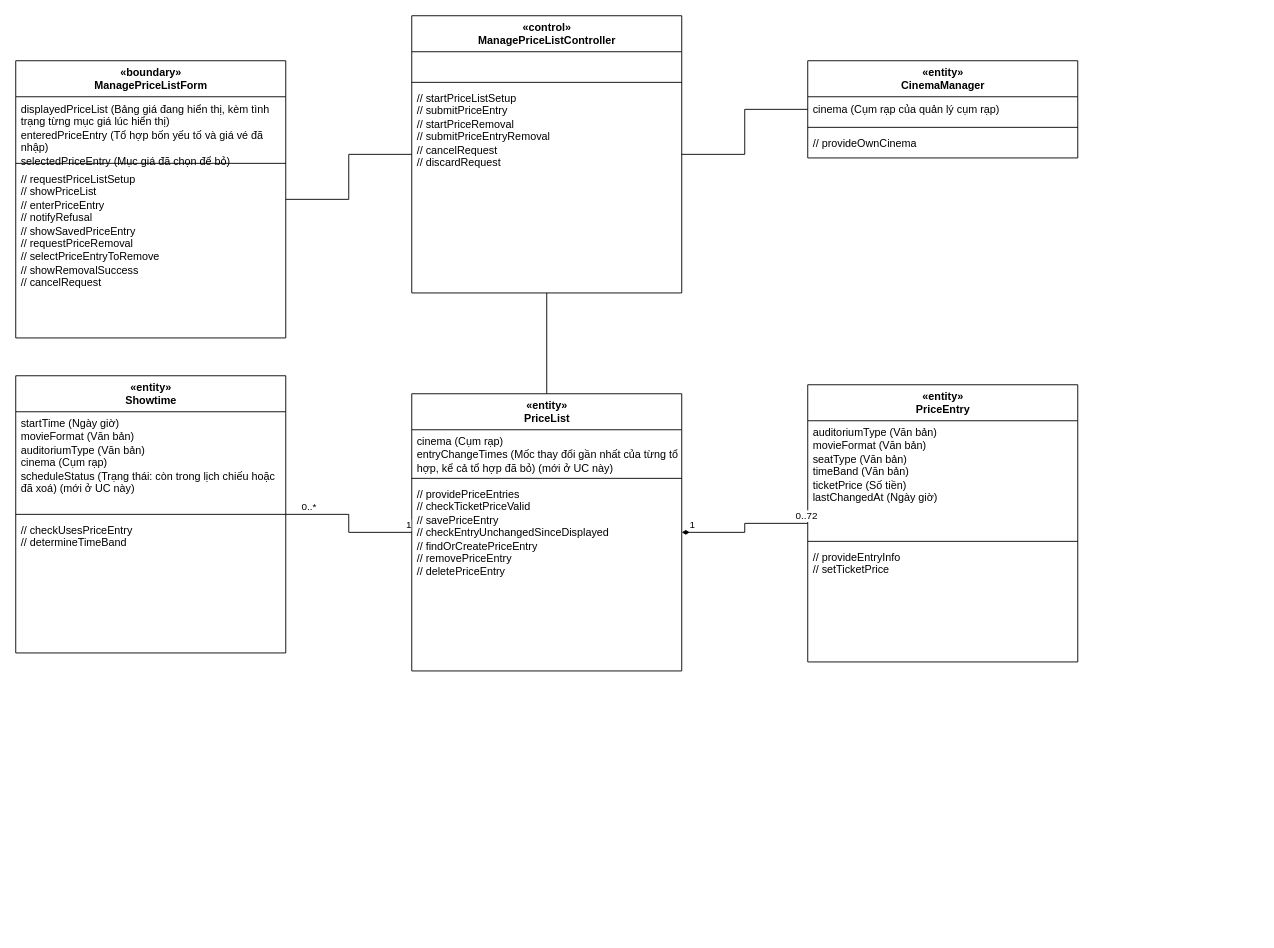
Before: design/diagrams/P07-class-UC-013.drawio in luytbq/app-dat-ve-xem-phim, a draw.io diagram. Source tidied: cells renumbered, new cells numbered last; positions are measured from the earlier drawing's top-left corner, leaving out a move shared by most shapes. Both pictures are drawn from the tidied source at 90%, with x=0, y=0 at pixel (15, 15).
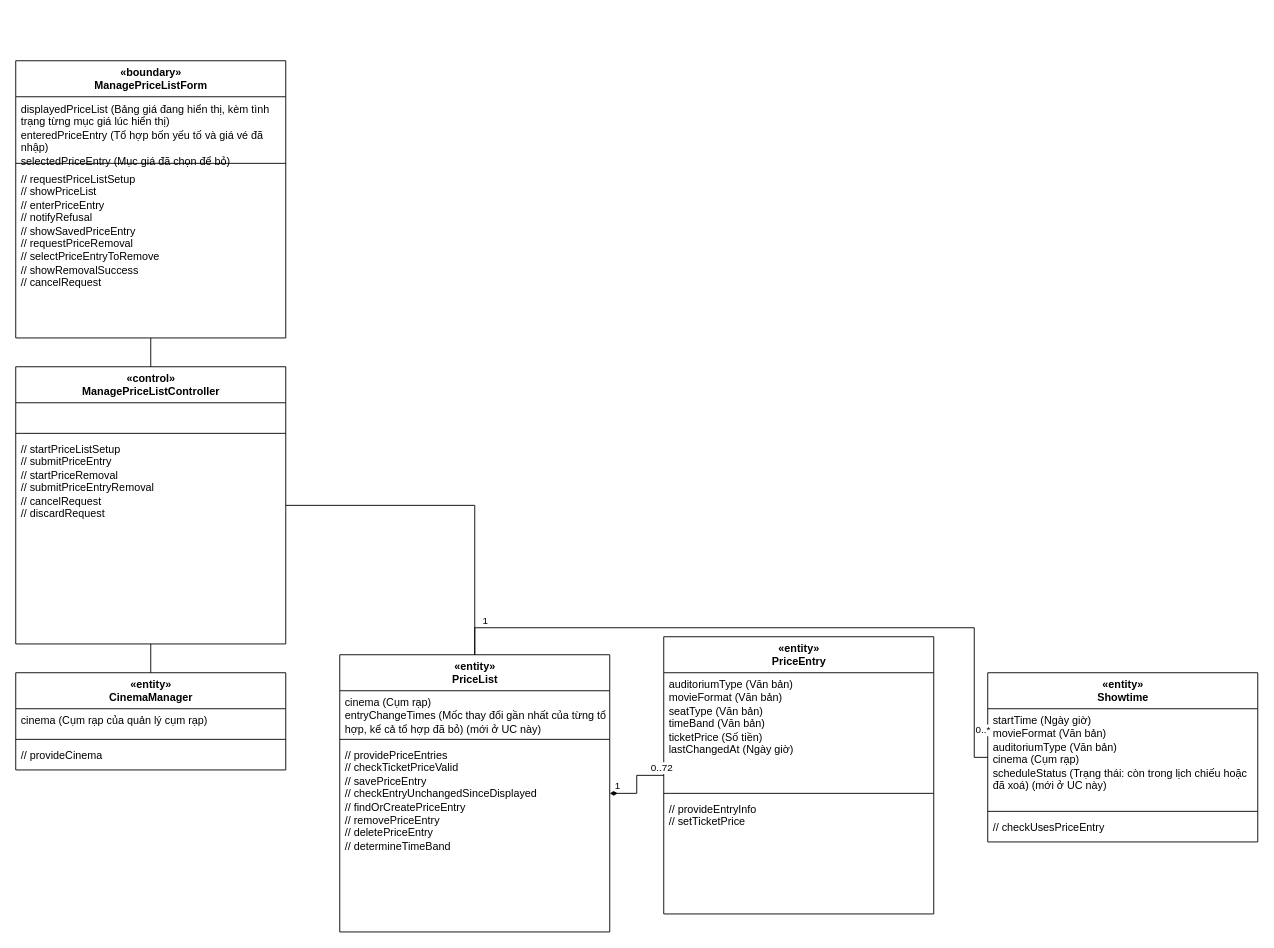
The same page after the edit.

The change refers to these unchanged cells:
```xml
<mxCell id="29" style="edgeStyle=orthogonalEdgeStyle;rounded=0;html=1;endArrow=none;startArrow=diamondThin;startFill=1;" parent="1" edge="1" source="14" target="18">
  <mxGeometry relative="1" as="geometry" />
</mxCell>
```

Diff of the diagram source:
```diff
@@
     <mxCell id="6" value="«control»&lt;br&gt;ManagePriceListController" style="swimlane;fontStyle=1;align=center;horizontal=1;startSize=40;html=1;" parent="1" vertex="1">
-      <mxGeometry x="440" width="300" height="308" as="geometry" />
+      <mxGeometry y="390" width="300" height="308" as="geometry" />
     </mxCell>
@@
     <mxCell id="10" value="«entity»&lt;br&gt;CinemaManager" style="swimlane;fontStyle=1;align=center;horizontal=1;startSize=40;html=1;" parent="1" vertex="1">
-      <mxGeometry x="880" y="50" width="300" height="108" as="geometry" />
+      <mxGeometry y="730" width="300" height="108" as="geometry" />
     </mxCell>
@@
-    <mxCell id="13" value="// provideOwnCinema" style="text;strokeColor=none;fillColor=none;align=left;verticalAlign=top;spacingLeft=4;html=1;whiteSpace=wrap;" parent="10" vertex="1">
+    <mxCell id="13" value="// provideCinema" style="text;strokeColor=none;fillColor=none;align=left;verticalAlign=top;spacingLeft=4;html=1;whiteSpace=wrap;" parent="10" vertex="1">
       <mxGeometry y="78" width="300" height="30" as="geometry" />
     </mxCell>
     <mxCell id="14" value="«entity»&lt;br&gt;PriceList" style="swimlane;fontStyle=1;align=center;horizontal=1;startSize=40;html=1;" parent="1" vertex="1">
-      <mxGeometry x="440" y="420" width="300" height="308" as="geometry" />
+      <mxGeometry x="360" y="710" width="300" height="308" as="geometry" />
     </mxCell>
@@
-    <mxCell id="17" value="// providePriceEntries&lt;br&gt;// checkTicketPriceValid&lt;br&gt;// savePriceEntry&lt;br&gt;// checkEntryUnchangedSinceDisplayed&lt;br&gt;// findOrCreatePriceEntry&lt;br&gt;// removePriceEntry&lt;br&gt;// deletePriceEntry" style="text;strokeColor=none;fillColor=none;align=left;verticalAlign=top;spacingLeft=4;html=1;whiteSpace=wrap;" parent="14" vertex="1">
-      <mxGeometry y="98" width="300" height="150" as="geometry" />
+    <mxCell id="17" value="// providePriceEntries&lt;br&gt;// checkTicketPriceValid&lt;br&gt;// savePriceEntry&lt;br&gt;// checkEntryUnchangedSinceDisplayed&lt;br&gt;// findOrCreatePriceEntry&lt;br&gt;// removePriceEntry&lt;br&gt;// deletePriceEntry&lt;br&gt;// determineTimeBand" style="text;strokeColor=none;fillColor=none;align=left;verticalAlign=top;spacingLeft=4;html=1;whiteSpace=wrap;" parent="14" vertex="1">
+      <mxGeometry y="98" width="300" height="170" as="geometry" />
     </mxCell>
     <mxCell id="18" value="«entity»&lt;br&gt;PriceEntry" style="swimlane;fontStyle=1;align=center;horizontal=1;startSize=40;html=1;" parent="1" vertex="1">
-      <mxGeometry x="880" y="410" width="300" height="308" as="geometry" />
+      <mxGeometry x="720" y="690" width="300" height="308" as="geometry" />
     </mxCell>
@@
     <mxCell id="22" value="«entity»&lt;br&gt;Showtime" style="swimlane;fontStyle=1;align=center;horizontal=1;startSize=40;html=1;" parent="1" vertex="1">
-      <mxGeometry y="400" width="300" height="308" as="geometry" />
+      <mxGeometry x="1080" y="730" width="300" height="188" as="geometry" />
     </mxCell>
@@
-    <mxCell id="25" value="// checkUsesPriceEntry&lt;br&gt;// determineTimeBand" style="text;strokeColor=none;fillColor=none;align=left;verticalAlign=top;spacingLeft=4;html=1;whiteSpace=wrap;" parent="22" vertex="1">
-      <mxGeometry y="158" width="300" height="50" as="geometry" />
+    <mxCell id="25" value="// checkUsesPriceEntry" style="text;strokeColor=none;fillColor=none;align=left;verticalAlign=top;spacingLeft=4;html=1;whiteSpace=wrap;" parent="22" vertex="1">
+      <mxGeometry y="158" width="300" height="30" as="geometry" />
     </mxCell>
@@
     <mxCell id="31" value="0..72" style="edgeLabel;html=1;align=left;verticalAlign=bottom;" parent="29" vertex="1">
-      <mxGeometry x="0.8" relative="1" as="geometry" />
+      <mxGeometry x="0.6" relative="1" as="geometry" />
     </mxCell>
-    <mxCell id="32" style="edgeStyle=orthogonalEdgeStyle;rounded=0;html=1;endArrow=none;" parent="1" edge="1" source="22" target="14">
-      <mxGeometry relative="1" as="geometry" />
+    <mxCell id="32" style="edgeStyle=orthogonalEdgeStyle;rounded=0;html=1;endArrow=none;exitX=0;exitY=0.5;exitDx=0;exitDy=0;entryX=0.5;entryY=0;entryDx=0;entryDy=0;" parent="1" edge="1" source="22" target="14">
+      <mxGeometry relative="1" as="geometry">
+        <Array as="points">
+          <mxPoint x="1065" y="824" />
+          <mxPoint x="1065" y="680" />
+          <mxPoint x="510" y="680" />
+        </Array>
+      </mxGeometry>
     </mxCell>
     <mxCell id="33" value="0..*" style="edgeLabel;html=1;align=left;verticalAlign=bottom;" parent="32" vertex="1">
-      <mxGeometry x="-0.8" relative="1" as="geometry" />
+      <mxGeometry x="-0.9" relative="1" as="geometry" />
     </mxCell>
```
